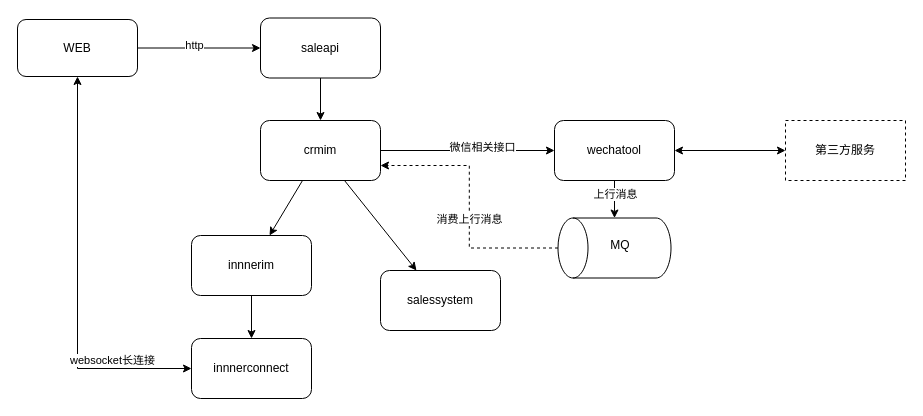
This is page "保罗现有架构" (19 of 19) of 系统架构0.drawio from joeytang/imgs, a draw.io file, before an edit. Source tidied: cells renumbered, new cells numbered last; positions are measured from the earlier drawing's top-left corner, leaving out a move shared by most shapes. Both pictures are drawn from the tidied source at 100%, with x=0, y=0 at pixel (17, 18).
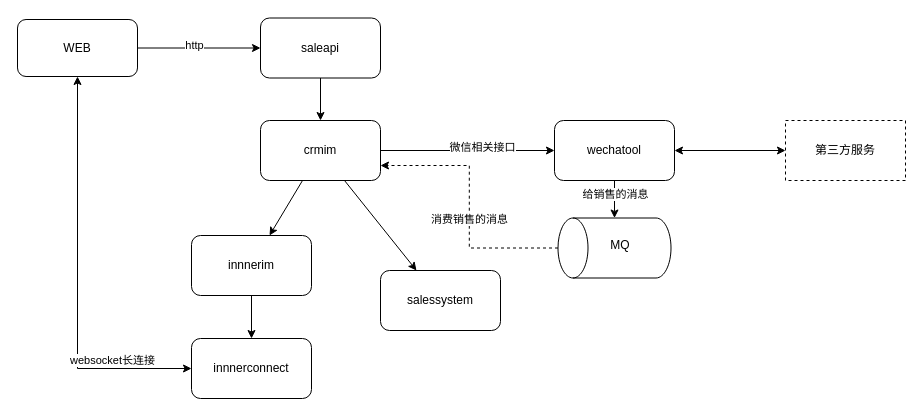
After the change.

Unchanged cells that the change refers to:
```xml
<mxCell id="17" style="edgeStyle=orthogonalEdgeStyle;rounded=0;jettySize=auto;html=1;startArrow=none;startFill=0;" parent="1" edge="1" source="20" target="25">
  <mxGeometry relative="1" as="geometry" />
</mxCell>
<mxCell id="21" style="edgeStyle=orthogonalEdgeStyle;rounded=0;jettySize=auto;html=1;entryX=1;entryY=0.75;entryDx=0;entryDy=0;startArrow=none;startFill=0;dashed=1;" parent="1" edge="1" source="25" target="15">
  <mxGeometry relative="1" as="geometry" />
</mxCell>
```

Diff of the diagram source:
```diff
@@
-    <mxCell id="18" value="上行消息" style="edgeLabel;html=1;align=center;verticalAlign=middle;" parent="17" vertex="1">
+    <mxCell id="18" value="给销售的消息" style="edgeLabel;html=1;align=center;verticalAlign=middle;" parent="17" vertex="1">
       <mxGeometry x="-0.39" relative="1" as="geometry" />
     </mxCell>
@@
-    <mxCell id="22" value="消费上行消息" style="edgeLabel;html=1;align=center;verticalAlign=middle;" parent="21" vertex="1">
+    <mxCell id="22" value="消费销售的消息" style="edgeLabel;html=1;align=center;verticalAlign=middle;" parent="21" vertex="1">
       <mxGeometry x="-0.09" relative="1" as="geometry" />
     </mxCell>
```
